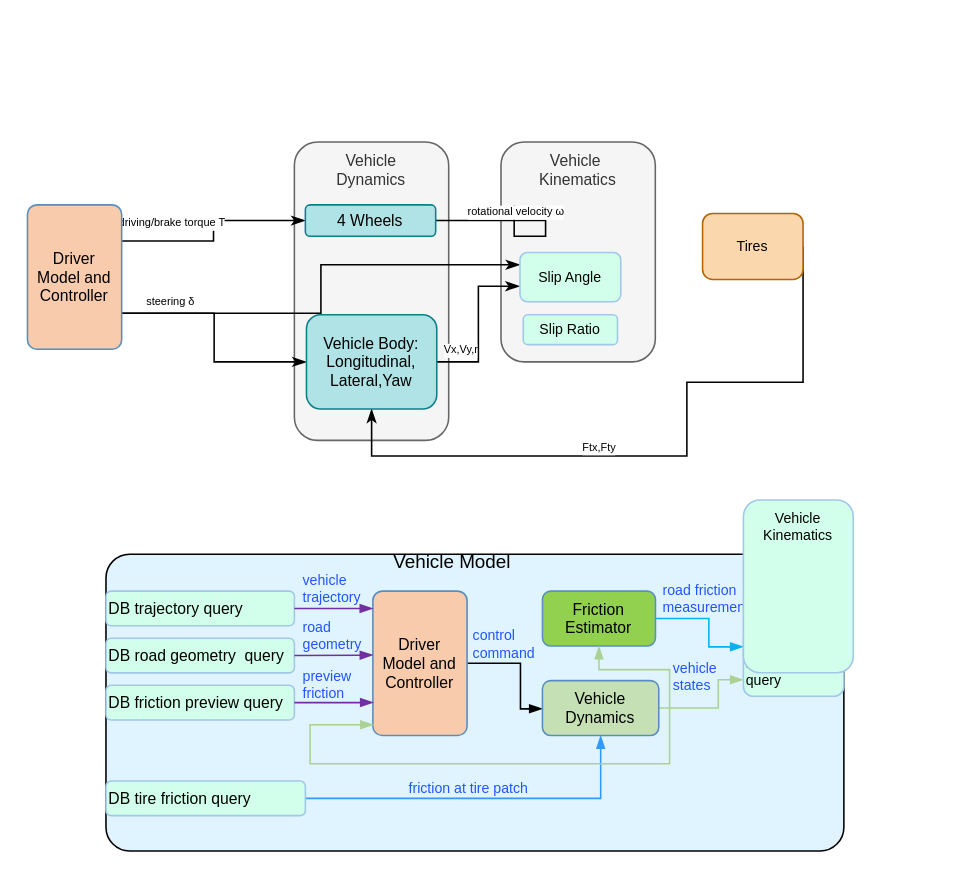
Above: vehicle dynamics.drawio in LimingGao/draw_io (draw.io), before the change. Source tidied: cells renumbered, new cells numbered last; positions are measured from the earlier drawing's top-left corner, leaving out a move shared by most shapes. Both pictures are drawn from the tidied source at 157%, with x=0, y=0 at pixel (27, 141). Pictures stored in the file or linked from it are replaced by grey dashed boxes.
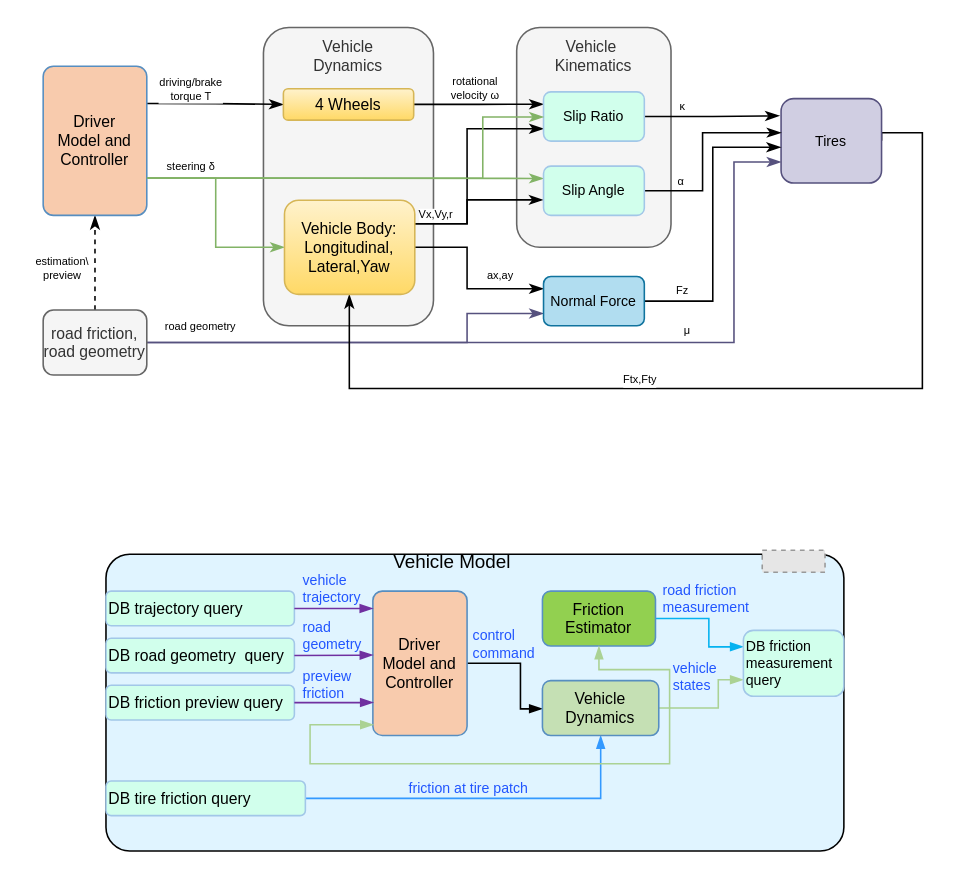
The same page after the edit.

Unchanged cells that the change refers to:
```xml
<mxCell id="31" style="edgeStyle=orthogonalEdgeStyle;rounded=0;jettySize=auto;html=1;entryX=0;entryY=0.5;entryDx=0;entryDy=0;exitX=1;exitY=0.25;exitDx=0;exitDy=0;endArrow=classicThin;endFill=1;" parent="1" edge="1" source="36" target="39">
  <mxGeometry relative="1" as="geometry" />
</mxCell>
```

Diff of the diagram source:
```diff
@@
+    <mxCell id="50" style="edgeStyle=orthogonalEdgeStyle;rounded=0;jettySize=auto;html=1;entryX=0;entryY=0.75;entryDx=0;entryDy=0;startArrow=none;startFill=0;endArrow=classicThin;endFill=1;fontSize=10;fillColor=#d0cee2;strokeColor=#56517e;" parent="1" edge="1" source="56" target="67">
+      <mxGeometry relative="1" as="geometry">
+        <Array as="points">
+          <mxPoint x="280" y="128" />
+          <mxPoint x="280" y="109" />
+        </Array>
+      </mxGeometry>
+    </mxCell>
+    <mxCell id="51" value="road geometry" style="edgeLabel;html=1;align=center;verticalAlign=middle;fontSize=7;" parent="50" vertex="1">
+      <mxGeometry x="0.28" y="1" relative="1" as="geometry">
+        <mxPoint x="-140.1" y="-9.7" as="offset" />
+      </mxGeometry>
+    </mxCell>
+    <mxCell id="52" style="edgeStyle=orthogonalEdgeStyle;rounded=0;jettySize=auto;html=1;entryX=0;entryY=0.75;entryDx=0;entryDy=0;startArrow=none;startFill=0;endArrow=classicThin;endFill=1;fontSize=7;fillColor=#d0cee2;strokeColor=#56517e;" parent="1" edge="1" source="56" target="43">
+      <mxGeometry relative="1" as="geometry">
+        <Array as="points">
+          <mxPoint x="450" y="128" />
+          <mxPoint x="450" y="13" />
+        </Array>
+      </mxGeometry>
+    </mxCell>
+    <mxCell id="53" value="μ" style="edgeLabel;html=1;align=center;verticalAlign=middle;fontSize=7;" parent="52" vertex="1">
+      <mxGeometry x="0.38" y="-1" relative="1" as="geometry">
+        <mxPoint x="-15" y="-8" as="offset" />
+      </mxGeometry>
+    </mxCell>
+    <mxCell id="54" style="edgeStyle=orthogonalEdgeStyle;rounded=0;jettySize=auto;html=1;startArrow=none;startFill=0;endArrow=classicThin;endFill=1;fontSize=7;dashed=1;" parent="1" edge="1" source="56" target="36">
+      <mxGeometry relative="1" as="geometry" />
+    </mxCell>
+    <mxCell id="55" value="estimation\&lt;br&gt;preview" style="edgeLabel;html=1;align=center;verticalAlign=middle;fontSize=7;" parent="54" vertex="1">
+      <mxGeometry x="-0.25" relative="1" as="geometry">
+        <mxPoint x="-22" y="-4" as="offset" />
+      </mxGeometry>
+    </mxCell>
+    <mxCell id="56" value="road friction,&#10;road geometry" style="rounded=1;labelBackgroundColor=none;arcSize=16;verticalAlign=middle;fontSize=10;align=center;fillColor=#f5f5f5;strokeColor=#666666;fontColor=#333333;" parent="1" vertex="1">
+      <mxGeometry x="10" y="107" width="66" height="41.4" as="geometry" />
+    </mxCell>
     <mxCell id="2" value="Vehicle &#10;Kinematics" style="rounded=1;align=center;verticalAlign=top;fontSize=10;fontStyle=0;strokeColor=#666666;fillColor=#f5f5f5;fontColor=#333333;glass=0;" parent="1" vertex="1">
-      <mxGeometry x="301.6" width="98.3" height="140" as="geometry" />
+      <mxGeometry x="311.6" y="-73" width="98.3" height="140" as="geometry" />
     </mxCell>
     <mxCell id="3" value="Vehicle&#10;Dynamics" style="rounded=1;align=center;verticalAlign=top;fontSize=10;fontStyle=0;strokeColor=#666666;fillColor=#f5f5f5;fontColor=#333333;glass=0;" parent="1" vertex="1">
-      <mxGeometry x="170" width="98.3" height="190" as="geometry" />
+      <mxGeometry x="150.3" y="-73" width="108.3" height="190" as="geometry" />
     </mxCell>
@@
-    <mxCell id="32" value="driving/brake torque T" style="edgeLabel;html=1;align=center;verticalAlign=middle;fontSize=7;" parent="31" vertex="1">
+    <mxCell id="32" value="driving/brake &lt;br&gt;torque T" style="edgeLabel;html=1;align=center;verticalAlign=middle;fontSize=7;" parent="31" vertex="1">
       <mxGeometry x="-0.26" y="-1" relative="1" as="geometry">
-        <mxPoint x="-16.3" y="-12.6" as="offset" />
+        <mxPoint x="-4.8" y="-10.4" as="offset" />
       </mxGeometry>
     </mxCell>
-    <mxCell id="33" style="edgeStyle=orthogonalEdgeStyle;rounded=0;jettySize=auto;html=1;exitX=1;exitY=0.75;exitDx=0;exitDy=0;fontSize=7;endArrow=classicThin;endFill=1;" parent="1" edge="1" source="36" target="46">
+    <mxCell id="33" style="edgeStyle=orthogonalEdgeStyle;rounded=0;jettySize=auto;html=1;exitX=1;exitY=0.75;exitDx=0;exitDy=0;fontSize=7;endArrow=classicThin;endFill=1;fillColor=#d5e8d4;strokeColor=#82b366;" parent="1" edge="1" source="36" target="46">
       <mxGeometry relative="1" as="geometry" />
     </mxCell>
     <mxCell id="34" value="steering δ" style="edgeLabel;html=1;align=center;verticalAlign=middle;fontSize=7;" parent="33" vertex="1">
       <mxGeometry x="-0.2" y="1" relative="1" as="geometry">
-        <mxPoint x="-29.9" y="-8.1" as="offset" />
+        <mxPoint x="-17.9" y="-16.1" as="offset" />
       </mxGeometry>
     </mxCell>
-    <mxCell id="35" style="edgeStyle=orthogonalEdgeStyle;rounded=0;jettySize=auto;html=1;exitX=1;exitY=0.75;exitDx=0;exitDy=0;entryX=0;entryY=0.25;entryDx=0;entryDy=0;fontSize=7;endArrow=classicThin;endFill=1;" parent="1" edge="1" source="36" target="47">
+    <mxCell id="35" style="edgeStyle=orthogonalEdgeStyle;rounded=0;jettySize=auto;html=1;exitX=1;exitY=0.75;exitDx=0;exitDy=0;entryX=0;entryY=0.25;entryDx=0;entryDy=0;fontSize=7;endArrow=classicThin;endFill=1;fillColor=#d5e8d4;strokeColor=#82b366;" parent="1" edge="1" source="36" target="47">
       <mxGeometry relative="1" as="geometry" />
     </mxCell>
     <mxCell id="36" value="Driver &#10;Model and &#10;Controller" style="rounded=1;align=center;verticalAlign=middle;fontSize=10;fontStyle=0;fillColor=#F8CBAD;strokeColor=#578EC0;arcSize=10;" parent="1" vertex="1">
-      <mxGeometry y="40" width="60" height="92" as="geometry" />
+      <mxGeometry x="10" y="-48.3" width="66" height="95" as="geometry" />
     </mxCell>
-    <mxCell id="37" style="edgeStyle=orthogonalEdgeStyle;rounded=0;jettySize=auto;html=1;fontSize=7;" parent="1" edge="1" source="39">
-      <mxGeometry relative="1" as="geometry">
-        <mxPoint x="310" y="40" as="targetPoint" />
-        <Array as="points">
-          <mxPoint x="330" y="50" />
-          <mxPoint x="330" y="60" />
-          <mxPoint x="310" y="60" />
-        </Array>
-      </mxGeometry>
+    <mxCell id="37" style="edgeStyle=orthogonalEdgeStyle;rounded=0;jettySize=auto;html=1;fontSize=7;entryX=0;entryY=0.25;entryDx=0;entryDy=0;endArrow=classicThin;endFill=1;" parent="1" edge="1" source="39" target="49">
+      <mxGeometry relative="1" as="geometry" />
     </mxCell>
-    <mxCell id="38" value="rotational velocity&amp;nbsp;ω" style="edgeLabel;html=1;align=center;verticalAlign=middle;fontSize=7;" parent="37" vertex="1">
+    <mxCell id="38" value="rotational &lt;br&gt;velocity&amp;nbsp;ω" style="edgeLabel;html=1;align=center;verticalAlign=middle;fontSize=7;" parent="37" vertex="1">
       <mxGeometry x="0.17" relative="1" as="geometry">
-        <mxPoint x="-19.1" y="-6" as="offset" />
+        <mxPoint x="-9.2" y="-9.9" as="offset" />
       </mxGeometry>
     </mxCell>
-    <mxCell id="39" value="4 Wheels" style="rounded=1;align=center;verticalAlign=middle;fontSize=10;fontStyle=0;fillColor=#b0e3e6;strokeColor=#0e8088;" parent="1" vertex="1">
-      <mxGeometry x="177" y="40" width="83" height="20" as="geometry" />
+    <mxCell id="39" value="4 Wheels" style="rounded=1;align=center;verticalAlign=middle;fontSize=10;fontStyle=0;fillColor=#fff2cc;strokeColor=#d6b656;gradientColor=#ffd966;" parent="1" vertex="1">
+      <mxGeometry x="163" y="-34" width="83" height="20" as="geometry" />
     </mxCell>
@@
-    <mxCell id="41" style="edgeStyle=orthogonalEdgeStyle;rounded=0;jettySize=auto;html=1;exitX=1;exitY=0.5;exitDx=0;exitDy=0;fontSize=7;entryX=0.5;entryY=1;entryDx=0;entryDy=0;endArrow=classicThin;endFill=1;" parent="1" edge="1" source="43" target="46">
+    <mxCell id="41" style="edgeStyle=orthogonalEdgeStyle;rounded=0;jettySize=auto;html=1;exitX=1;exitY=0.5;exitDx=0;exitDy=0;fontSize=7;endArrow=classicThin;endFill=1;" parent="1" edge="1" source="43">
       <mxGeometry relative="1" as="geometry">
+        <mxPoint x="205" y="97" as="targetPoint" />
         <Array as="points">
-          <mxPoint x="420" y="153" />
-          <mxPoint x="420" y="200" />
-          <mxPoint x="219" y="200" />
+          <mxPoint x="544" y="-6" />
+          <mxPoint x="570" y="-6" />
+          <mxPoint x="570" y="157" />
+          <mxPoint x="205" y="157" />
         </Array>
       </mxGeometry>
     </mxCell>
@@
-    <mxCell id="43" value="Tires" style="rounded=1;align=center;verticalAlign=middle;fillColor=#fad7ac;strokeColor=#b46504;fontSize=9;fontStyle=0;" parent="1" vertex="1">
-      <mxGeometry x="430" y="45.5" width="64" height="42" as="geometry" />
+    <mxCell id="43" value="Tires" style="rounded=1;align=center;verticalAlign=middle;fillColor=#d0cee2;strokeColor=#56517e;fontSize=9;fontStyle=0;" parent="1" vertex="1">
+      <mxGeometry x="480" y="-27.7" width="64" height="53.8" as="geometry" />
     </mxCell>
-    <mxCell id="44" style="edgeStyle=orthogonalEdgeStyle;rounded=0;jettySize=auto;html=1;fontSize=7;entryX=-0.003;entryY=0.685;entryDx=0;entryDy=0;entryPerimeter=0;endArrow=classicThin;endFill=1;" parent="1" edge="1" source="46" target="47">
-      <mxGeometry relative="1" as="geometry" />
+    <mxCell id="44" style="edgeStyle=orthogonalEdgeStyle;rounded=0;jettySize=auto;html=1;fontSize=7;entryX=-0.003;entryY=0.685;entryDx=0;entryDy=0;entryPerimeter=0;endArrow=classicThin;endFill=1;exitX=1;exitY=0.25;exitDx=0;exitDy=0;" parent="1" edge="1" source="46" target="47">
+      <mxGeometry relative="1" as="geometry">
+        <Array as="points">
+          <mxPoint x="280" y="52" />
+          <mxPoint x="280" y="37" />
+        </Array>
+      </mxGeometry>
     </mxCell>
     <mxCell id="45" value="Vx,Vy,r" style="edgeLabel;html=1;align=center;verticalAlign=middle;fontSize=7;" parent="44" vertex="1">
       <mxGeometry x="-0.62" relative="1" as="geometry">
-        <mxPoint x="-4.7" y="-8" as="offset" />
+        <mxPoint x="-4.9" y="-5.3" as="offset" />
       </mxGeometry>
     </mxCell>
+    <mxCell id="57" style="edgeStyle=orthogonalEdgeStyle;rounded=0;jettySize=auto;html=1;startArrow=none;startFill=0;endArrow=classicThin;endFill=1;fontSize=7;entryX=0;entryY=0.75;entryDx=0;entryDy=0;exitX=1;exitY=0.25;exitDx=0;exitDy=0;" parent="1" edge="1" source="46" target="49">
+      <mxGeometry relative="1" as="geometry">
+        <Array as="points">
+          <mxPoint x="280" y="52" />
+          <mxPoint x="280" y="-8" />
+        </Array>
+      </mxGeometry>
+    </mxCell>
+    <mxCell id="58" style="edgeStyle=orthogonalEdgeStyle;rounded=0;jettySize=auto;html=1;startArrow=none;startFill=0;endArrow=classicThin;endFill=1;fontSize=7;entryX=0;entryY=0.25;entryDx=0;entryDy=0;" parent="1" edge="1" source="46" target="67">
+      <mxGeometry relative="1" as="geometry">
+        <Array as="points">
+          <mxPoint x="280" y="67" />
+          <mxPoint x="280" y="93" />
+        </Array>
+      </mxGeometry>
+    </mxCell>
+    <mxCell id="59" value="ax,ay" style="edgeLabel;html=1;align=center;verticalAlign=middle;fontSize=7;" parent="58" vertex="1">
+      <mxGeometry x="-0.54" y="1" relative="1" as="geometry">
+        <mxPoint x="28.4" y="19.6" as="offset" />
+      </mxGeometry>
+    </mxCell>
-    <mxCell id="46" value="Vehicle Body:&#10;Longitudinal,&#10;Lateral,Yaw" style="rounded=1;align=center;verticalAlign=middle;fontSize=10;fontStyle=0;fillColor=#b0e3e6;strokeColor=#0e8088;" parent="1" vertex="1">
-      <mxGeometry x="177.7" y="110" width="83" height="60" as="geometry" />
+    <mxCell id="46" value="Vehicle Body:&#10;Longitudinal,&#10;Lateral,Yaw" style="rounded=1;align=center;verticalAlign=middle;fontSize=10;fontStyle=0;fillColor=#fff2cc;strokeColor=#d6b656;gradientColor=#ffd966;" parent="1" vertex="1">
+      <mxGeometry x="163.7" y="37" width="83" height="60" as="geometry" />
     </mxCell>
+    <mxCell id="60" style="edgeStyle=orthogonalEdgeStyle;rounded=0;jettySize=auto;html=1;startArrow=none;startFill=0;endArrow=classicThin;endFill=1;fontSize=7;" parent="1" edge="1" source="47" target="43">
+      <mxGeometry relative="1" as="geometry">
+        <Array as="points">
+          <mxPoint x="430" y="31" />
+          <mxPoint x="430" y="-6" />
+        </Array>
+      </mxGeometry>
+    </mxCell>
+    <mxCell id="61" value="α" style="edgeLabel;html=1;align=center;verticalAlign=middle;fontSize=7;" parent="60" vertex="1">
+      <mxGeometry x="-0.64" y="-1" relative="1" as="geometry">
+        <mxPoint x="0.8" y="-6.9" as="offset" />
+      </mxGeometry>
+    </mxCell>
     <mxCell id="47" value="Slip Angle" style="rounded=1;align=center;verticalAlign=middle;fillColor=#D1FFEC;strokeColor=#A2C7E8;fontSize=9;fontStyle=0;" parent="1" vertex="1">
-      <mxGeometry x="313.7" y="70.3" width="64.2" height="31.4" as="geometry" />
+      <mxGeometry x="328.7" y="15.3" width="64.2" height="31.4" as="geometry" />
     </mxCell>
-    <mxCell id="48" value="Vehicle &#10;Kinematics" style="rounded=1;align=center;verticalAlign=top;fillColor=#D1FFEC;strokeColor=#A2C7E8;fontSize=9;fontStyle=0;" parent="1" vertex="1">
-      <mxGeometry x="456" y="228" width="70" height="110" as="geometry" />
-    </mxCell>
+    <mxCell id="62" style="edgeStyle=orthogonalEdgeStyle;rounded=0;jettySize=auto;html=1;startArrow=none;startFill=0;endArrow=classicThin;endFill=1;fontSize=7;entryX=-0.016;entryY=0.204;entryDx=0;entryDy=0;entryPerimeter=0;" parent="1" edge="1" source="49" target="43">
+      <mxGeometry relative="1" as="geometry" />
+    </mxCell>
+    <mxCell id="63" value="κ" style="edgeLabel;html=1;align=center;verticalAlign=middle;fontSize=7;" parent="62" vertex="1">
+      <mxGeometry x="0.02" y="6" relative="1" as="geometry">
+        <mxPoint x="-20.4" y="-0.3" as="offset" />
+      </mxGeometry>
+    </mxCell>
     <mxCell id="49" value="Slip Ratio" style="rounded=1;align=center;verticalAlign=middle;fillColor=#D1FFEC;strokeColor=#A2C7E8;fontSize=9;fontStyle=0;" parent="1" vertex="1">
-      <mxGeometry x="315.8" y="110" width="60" height="19" as="geometry" />
+      <mxGeometry x="328.7" y="-32" width="64.2" height="31.4" as="geometry" />
     </mxCell>
+    <mxCell id="64" style="edgeStyle=orthogonalEdgeStyle;rounded=0;jettySize=auto;html=1;exitX=1;exitY=0.75;exitDx=0;exitDy=0;fontSize=7;endArrow=classicThin;endFill=1;fillColor=#d5e8d4;strokeColor=#82b366;" parent="1" edge="1" source="36" target="49">
+      <mxGeometry relative="1" as="geometry">
+        <Array as="points">
+          <mxPoint x="290" y="23" />
+          <mxPoint x="290" y="-16" />
+        </Array>
+      </mxGeometry>
+    </mxCell>
+    <mxCell id="65" style="edgeStyle=orthogonalEdgeStyle;rounded=0;jettySize=auto;html=1;entryX=-0.003;entryY=0.576;entryDx=0;entryDy=0;startArrow=none;startFill=0;endArrow=classicThin;endFill=1;fontSize=7;entryPerimeter=0;" parent="1" edge="1" source="67" target="43">
+      <mxGeometry relative="1" as="geometry" />
+    </mxCell>
+    <mxCell id="66" value="Fz" style="edgeLabel;html=1;align=center;verticalAlign=middle;fontSize=7;" parent="65" vertex="1">
+      <mxGeometry x="-0.74" y="1" relative="1" as="geometry">
+        <mxPoint y="-6" as="offset" />
+      </mxGeometry>
+    </mxCell>
+    <mxCell id="67" value="Normal Force" style="rounded=1;align=center;verticalAlign=middle;fillColor=#b1ddf0;strokeColor=#10739e;fontSize=9;fontStyle=0;" parent="1" vertex="1">
+      <mxGeometry x="328.7" y="85.6" width="64.2" height="31.4" as="geometry" />
+    </mxCell>
```
